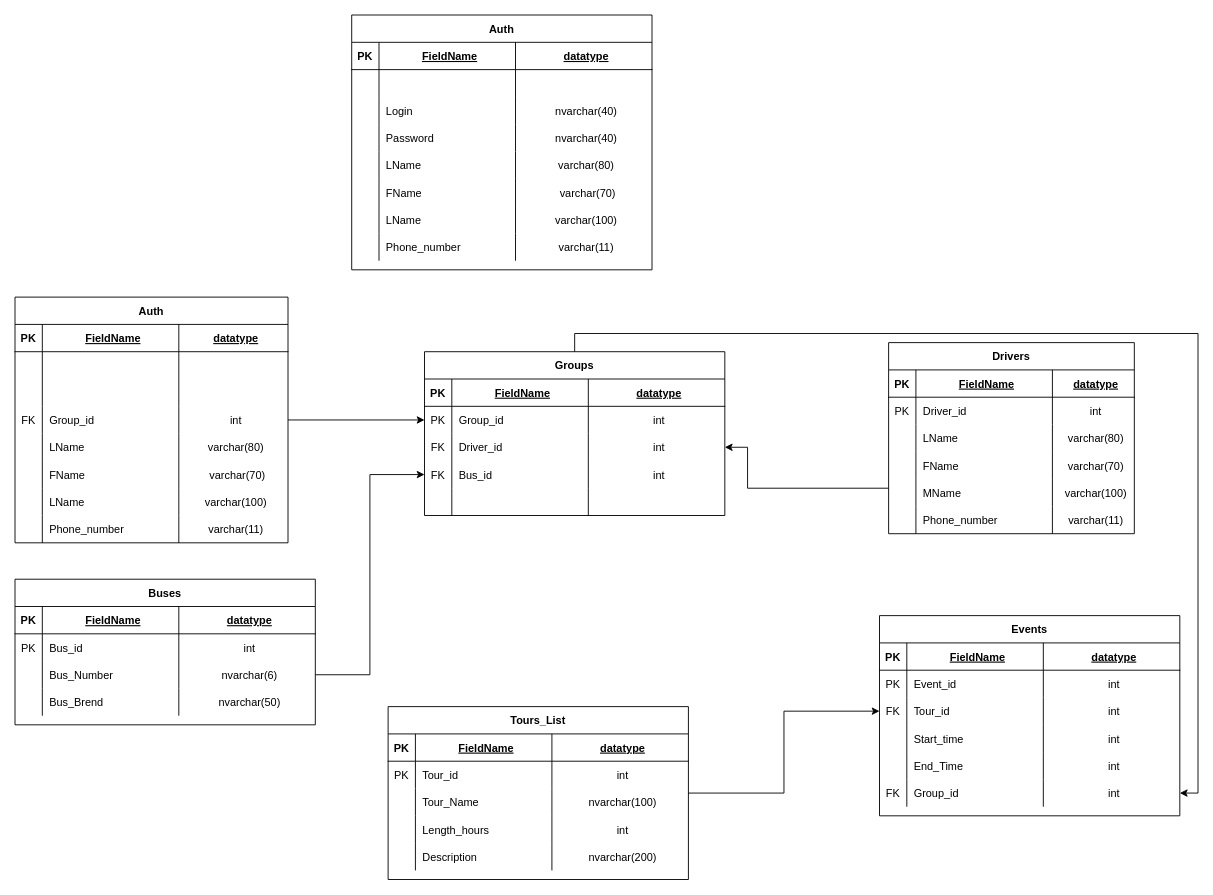
dima2015rl/test keeps this draw.io diagram as page "ДМБД" (2 of 3) of Diagramma_bez_nazvania.drawio. Above is the earlier version. Source tidied: cells renumbered, new cells numbered last; positions are measured from the earlier drawing's top-left corner, leaving out a move shared by most shapes. Both pictures are drawn from the tidied source at 91%, with x=0, y=0 at pixel (15, 15).
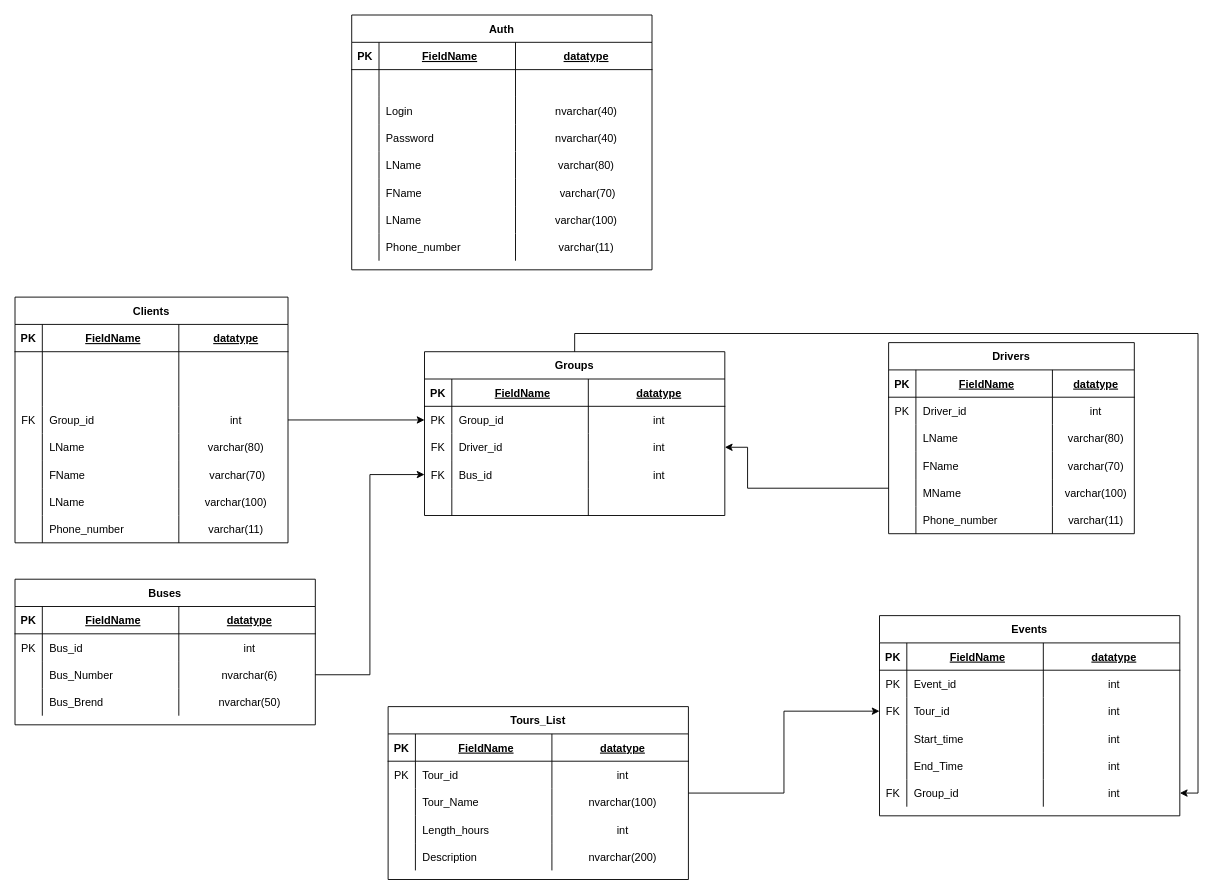
After the change.

The edit, as a diff of the source:
```diff
@@
-    <mxCell id="149" value="Auth" style="shape=table;startSize=30;childLayout=tableLayout;rowLines=0;fontStyle=1;align=center;" parent="1" vertex="1">
+    <mxCell id="149" value="Clients" style="shape=table;startSize=30;childLayout=tableLayout;rowLines=0;fontStyle=1;align=center;" parent="1" vertex="1">
       <mxGeometry y="310" width="300" height="270" as="geometry" />
     </mxCell>
```
